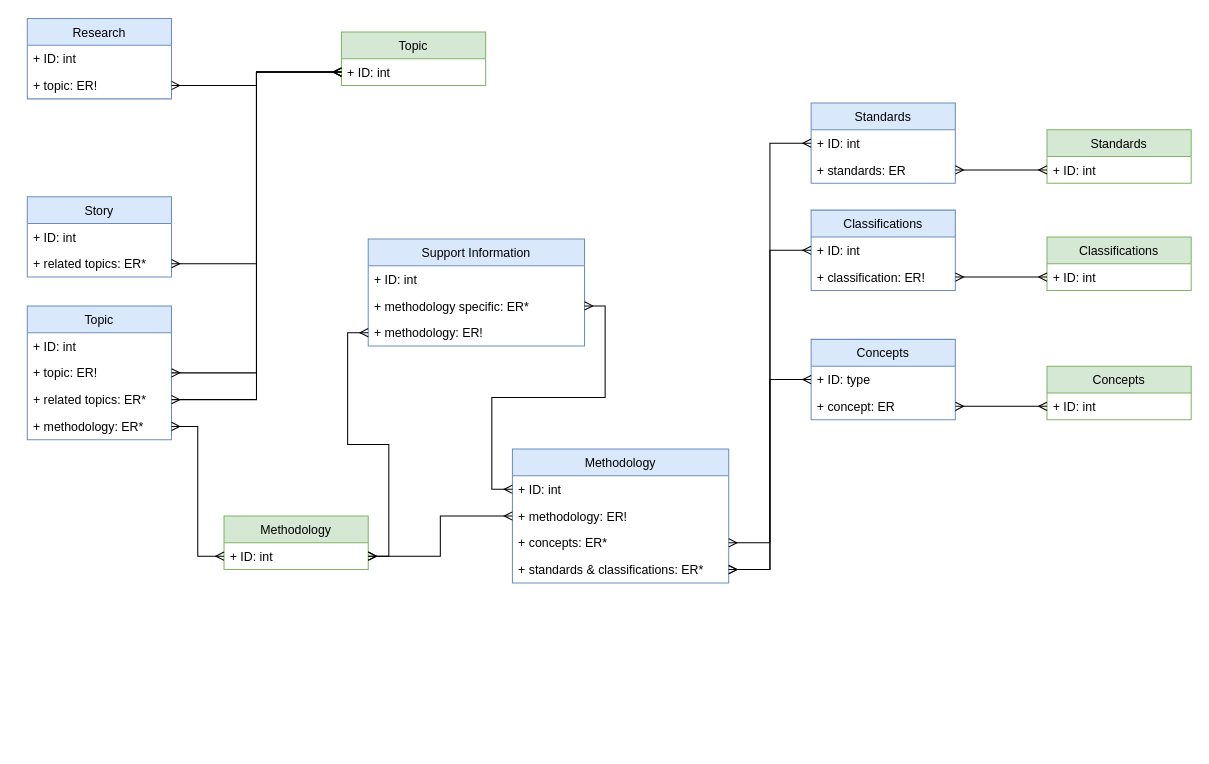
rhys-mcguckin/d8-features keeps this draw.io diagram as Untitled Diagram.drawio. Above is the earlier version. Source tidied: cells renumbered, new cells numbered last; positions are measured from the earlier drawing's top-left corner, leaving out a move shared by most shapes. Both pictures are drawn from the tidied source at 103%, with x=0, y=0 at pixel (27, 19).
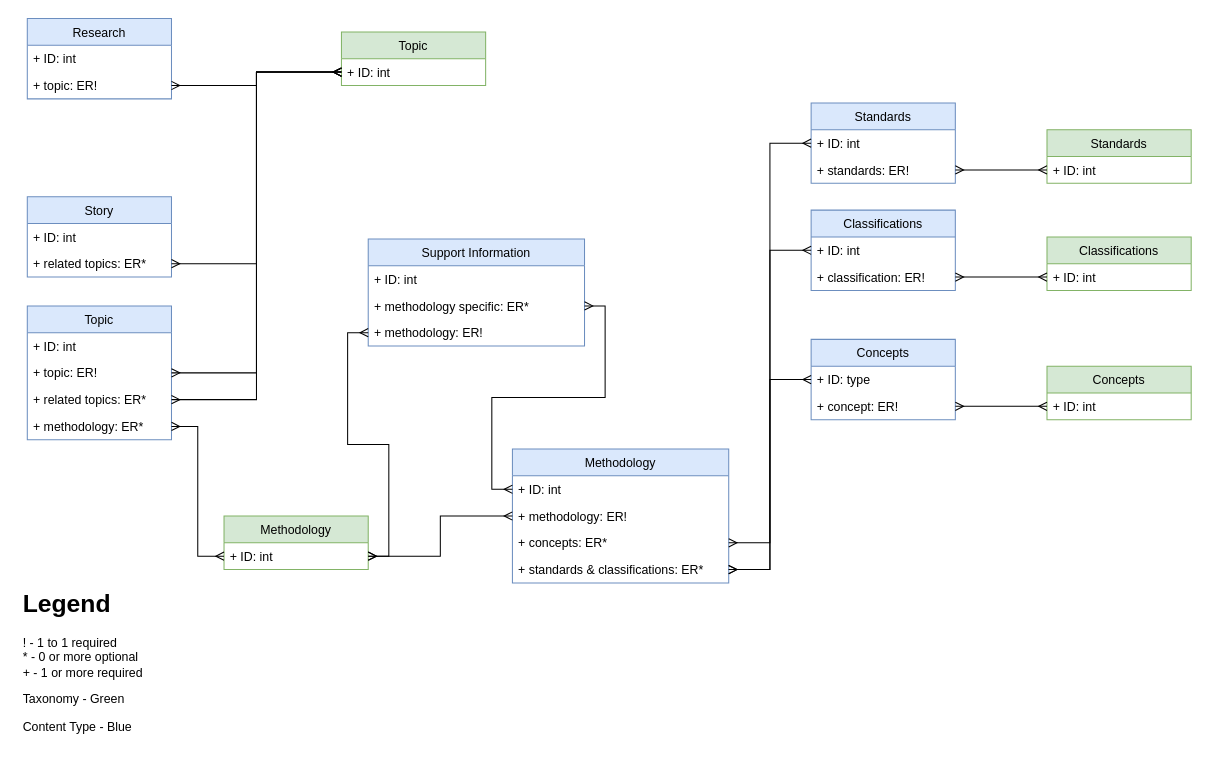
After the change.

The change refers to these unchanged cells:
```xml
<mxCell id="22" value="Standards" style="swimlane;fontStyle=0;horizontal=1;startSize=26;fillColor=#dae8fc;strokeColor=#6c8ebf;" parent="1" vertex="1">
  <mxGeometry x="761" y="81.5" width="140" height="78" as="geometry" />
</mxCell>
<mxCell id="28" value="Concepts" style="swimlane;fontStyle=0;horizontal=1;startSize=26;fillColor=#dae8fc;strokeColor=#6c8ebf;" parent="1" vertex="1">
  <mxGeometry x="761" y="311" width="140" height="78" as="geometry" />
</mxCell>
```

What changed in the source:
```diff
@@
-    <mxCell id="24" value="+ standards: ER" style="text;strokeColor=none;fillColor=none;align=left;verticalAlign=top;spacingLeft=4;spacingRight=4;overflow=hidden;points=[[0,0.5],[1,0.5]];portConstraint=eastwest;" parent="22" vertex="1">
+    <mxCell id="24" value="+ standards: ER!" style="text;strokeColor=none;fillColor=none;align=left;verticalAlign=top;spacingLeft=4;spacingRight=4;overflow=hidden;points=[[0,0.5],[1,0.5]];portConstraint=eastwest;" parent="22" vertex="1">
       <mxGeometry y="52" width="140" height="26" as="geometry" />
     </mxCell>
@@
-    <mxCell id="30" value="+ concept: ER" style="text;strokeColor=none;fillColor=none;align=left;verticalAlign=top;spacingLeft=4;spacingRight=4;overflow=hidden;points=[[0,0.5],[1,0.5]];portConstraint=eastwest;" parent="28" vertex="1">
+    <mxCell id="30" value="+ concept: ER!" style="text;strokeColor=none;fillColor=none;align=left;verticalAlign=top;spacingLeft=4;spacingRight=4;overflow=hidden;points=[[0,0.5],[1,0.5]];portConstraint=eastwest;" parent="28" vertex="1">
       <mxGeometry y="52" width="140" height="26" as="geometry" />
     </mxCell>
@@
+    <mxCell id="55" value="&lt;h1&gt;Legend&lt;/h1&gt;&lt;p&gt;! - 1 to 1 required&lt;br&gt;* - 0 or more optional&lt;br&gt;+ - 1 or more required&lt;/p&gt;&lt;p&gt;Taxonomy - Green&lt;/p&gt;&lt;p&gt;Content Type - Blue&lt;/p&gt;&lt;p&gt;&lt;br&gt;&lt;/p&gt;" style="text;html=1;strokeColor=none;fillColor=none;spacing=5;spacingTop=-20;whiteSpace=wrap;overflow=hidden;rounded=0;" parent="1" vertex="1">
+      <mxGeometry x="-9" y="548" width="190" height="159" as="geometry" />
+    </mxCell>
```
